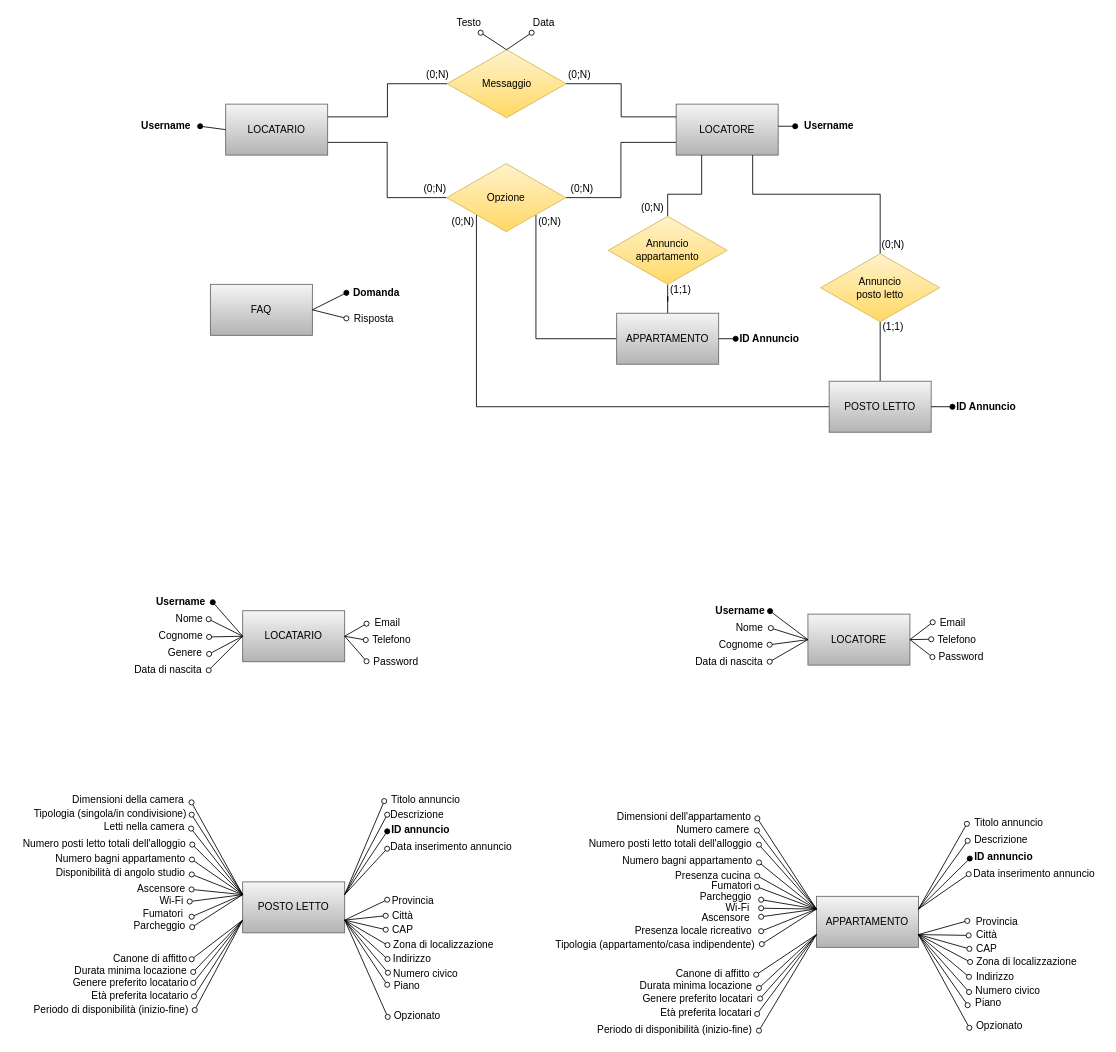
This is Database/Schema_ER_database.drawio from fd-col/RentAdvisor, a draw.io file, before an edit. Source tidied: cells renumbered, new cells numbered last; positions are measured from the earlier drawing's top-left corner, leaving out a move shared by most shapes. Both pictures are drawn from the tidied source at 85%, with x=0, y=0 at pixel (14, 14).
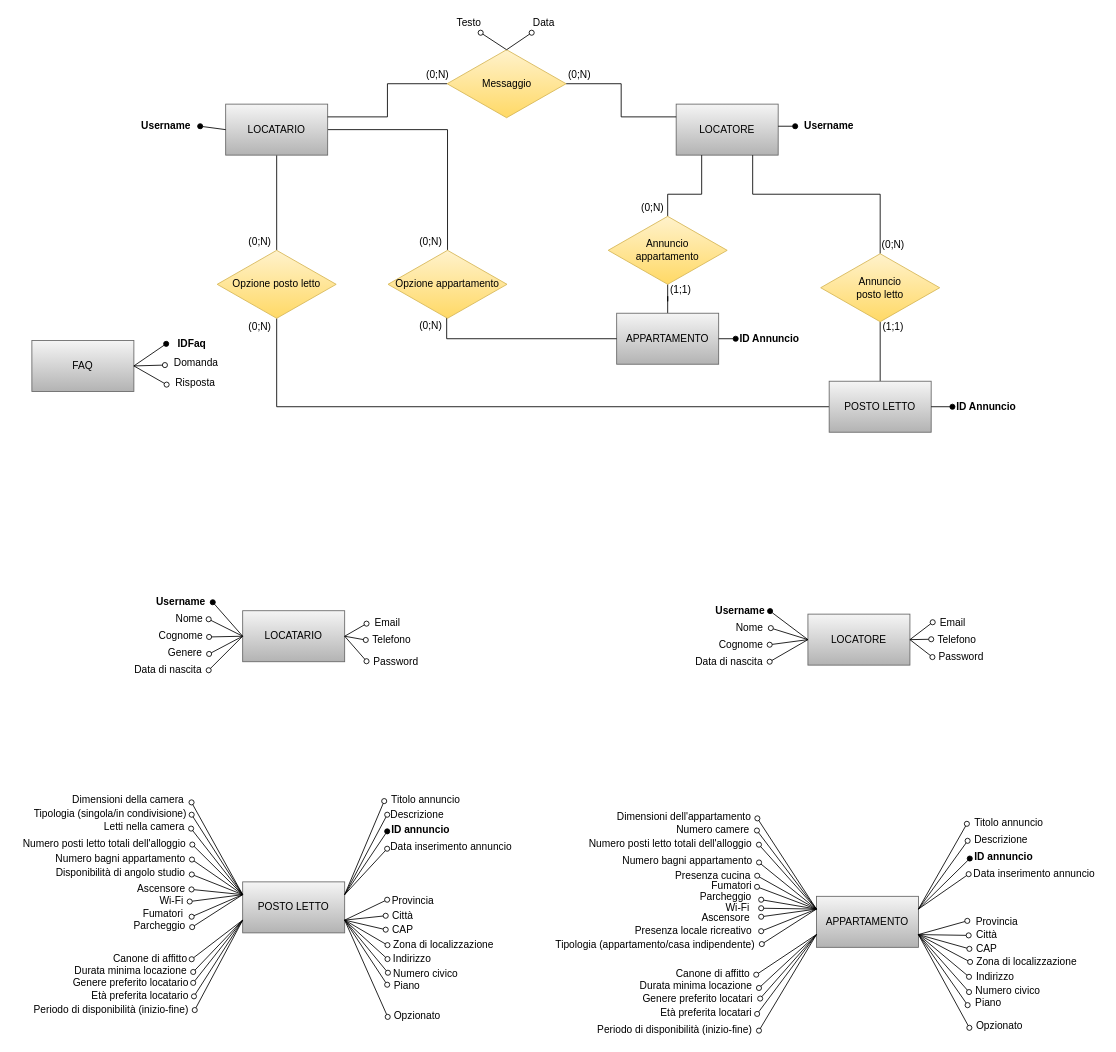
The same diagram, later.

Commit message (it also covers changes not shown here):
Modifica relazione opzione db

The change refers to these unchanged cells:
```xml
<mxCell id="3" value="LOCATARIO" style="rounded=0;whiteSpace=wrap;html=1;fillColor=#f5f5f5;gradientColor=#b3b3b3;strokeColor=#666666;" parent="1" vertex="1">
  <mxGeometry x="248" y="105" width="120" height="60" as="geometry" />
</mxCell>
<mxCell id="7" value="LOCATORE" style="rounded=0;whiteSpace=wrap;html=1;fillColor=#f5f5f5;gradientColor=#b3b3b3;strokeColor=#666666;" parent="1" vertex="1">
  <mxGeometry x="778" y="105" width="120" height="60" as="geometry" />
</mxCell>
<mxCell id="10" value="APPARTAMENTO" style="rounded=0;whiteSpace=wrap;html=1;fillColor=#f5f5f5;gradientColor=#b3b3b3;strokeColor=#666666;" parent="1" vertex="1">
  <mxGeometry x="708" y="351" width="120" height="60" as="geometry" />
</mxCell>
<mxCell id="13" value="POSTO LETTO" style="rounded=0;whiteSpace=wrap;html=1;fillColor=#f5f5f5;gradientColor=#b3b3b3;strokeColor=#666666;" parent="1" vertex="1">
  <mxGeometry x="958" y="431" width="120" height="60" as="geometry" />
</mxCell>
```

What changed in the source:
```diff
@@
-    <mxCell id="2" style="edgeStyle=orthogonalEdgeStyle;rounded=0;jettySize=auto;html=1;entryX=0;entryY=0.5;entryDx=0;entryDy=0;endArrow=none;endFill=0;exitX=1;exitY=0.75;exitDx=0;exitDy=0;" parent="1" edge="1" source="3" target="17">
+    <mxCell id="2" style="edgeStyle=orthogonalEdgeStyle;rounded=0;jettySize=auto;html=1;entryX=0.5;entryY=0;entryDx=0;entryDy=0;endArrow=none;endFill=0;exitX=0.5;exitY=1;exitDx=0;exitDy=0;" parent="1" edge="1" source="3" target="17">
       <mxGeometry relative="1" as="geometry" />
     </mxCell>
+    <mxCell id="191" style="edgeStyle=orthogonalEdgeStyle;rounded=0;jettySize=auto;html=1;entryX=0.5;entryY=0;entryDx=0;entryDy=0;endArrow=none;endFill=0;" parent="1" edge="1" source="3" target="196">
+      <mxGeometry relative="1" as="geometry" />
+    </mxCell>
@@
-    <mxCell id="6" style="edgeStyle=orthogonalEdgeStyle;rounded=0;jettySize=auto;html=1;entryX=1;entryY=0.5;entryDx=0;entryDy=0;endArrow=none;endFill=0;exitX=0;exitY=0.75;exitDx=0;exitDy=0;" parent="1" edge="1" source="7" target="17">
-      <mxGeometry relative="1" as="geometry" />
-    </mxCell>
@@
-    <mxCell id="9" style="edgeStyle=orthogonalEdgeStyle;rounded=0;jettySize=auto;html=1;entryX=1;entryY=1;entryDx=0;entryDy=0;endArrow=none;endFill=0;" parent="1" edge="1" source="10" target="17">
-      <mxGeometry relative="1" as="geometry" />
-    </mxCell>
@@
-    <mxCell id="12" style="edgeStyle=orthogonalEdgeStyle;rounded=0;jettySize=auto;html=1;entryX=0;entryY=1;entryDx=0;entryDy=0;endArrow=none;endFill=0;" parent="1" edge="1" source="13" target="17">
+    <mxCell id="12" style="edgeStyle=orthogonalEdgeStyle;rounded=0;jettySize=auto;html=1;entryX=0.5;entryY=1;entryDx=0;entryDy=0;endArrow=none;endFill=0;" parent="1" edge="1" source="13" target="17">
       <mxGeometry relative="1" as="geometry" />
     </mxCell>
@@
     <mxCell id="14" value="FAQ" style="rounded=0;whiteSpace=wrap;html=1;fillColor=#f5f5f5;gradientColor=#b3b3b3;strokeColor=#666666;" parent="1" vertex="1">
-      <mxGeometry x="230" y="317" width="120" height="60" as="geometry" />
+      <mxGeometry x="20" y="383" width="120" height="60" as="geometry" />
     </mxCell>
@@
-    <mxCell id="17" value="Opzione" style="rhombus;whiteSpace=wrap;html=1;fillColor=#fff2cc;gradientColor=#ffd966;strokeColor=#d6b656;" parent="1" vertex="1">
-      <mxGeometry x="508" y="175" width="140" height="80" as="geometry" />
+    <mxCell id="17" value="Opzione posto letto" style="rhombus;whiteSpace=wrap;html=1;fillColor=#fff2cc;gradientColor=#ffd966;strokeColor=#d6b656;" parent="1" vertex="1">
+      <mxGeometry x="238" y="277" width="140" height="80" as="geometry" />
     </mxCell>
@@
     <mxCell id="22" value="(0;N)" style="text;html=1;align=center;verticalAlign=middle;strokeColor=none;fillColor=none;" parent="1" vertex="1">
-      <mxGeometry x="473.5" y="195" width="40" height="20" as="geometry" />
+      <mxGeometry x="268" y="257" width="40" height="20" as="geometry" />
     </mxCell>
-    <mxCell id="23" value="(0;N)" style="text;html=1;align=center;verticalAlign=middle;strokeColor=none;fillColor=none;" parent="1" vertex="1">
-      <mxGeometry x="646.5" y="195" width="40" height="20" as="geometry" />
-    </mxCell>
-    <mxCell id="24" value="(0;N)" style="text;html=1;align=center;verticalAlign=middle;strokeColor=none;fillColor=none;" parent="1" vertex="1">
-      <mxGeometry x="608.5" y="234" width="40" height="20" as="geometry" />
-    </mxCell>
     <mxCell id="25" value="(0;N)" style="text;html=1;align=center;verticalAlign=middle;strokeColor=none;fillColor=none;" parent="1" vertex="1">
-      <mxGeometry x="506.5" y="234" width="40" height="20" as="geometry" />
+      <mxGeometry x="268" y="357" width="40" height="20" as="geometry" />
     </mxCell>
@@
-    <mxCell id="98" style="endArrow=oval;html=1;rounded=0;exitX=1;exitY=0.5;exitDx=0;exitDy=0;endFill=0;" parent="1" edge="1" source="14">
-      <mxGeometry relative="1" as="geometry">
-        <mxPoint x="390" y="357" as="targetPoint" />
-      </mxGeometry>
+    <mxCell id="98" style="endArrow=oval;html=1;rounded=0;exitX=1;exitY=0.5;exitDx=0;exitDy=0;endFill=0;entryX=-0.058;entryY=0.6;entryDx=0;entryDy=0;entryPerimeter=0;" parent="1" edge="1" source="14" target="99">
+      <mxGeometry relative="1" as="geometry" />
     </mxCell>
     <mxCell id="99" value="Risposta" style="text;html=1;align=center;verticalAlign=middle;points=[];strokeColor=none;fillColor=none;" parent="1" vertex="1">
-      <mxGeometry x="392" y="348" width="60" height="20" as="geometry" />
+      <mxGeometry x="182" y="423" width="60" height="20" as="geometry" />
     </mxCell>
-    <mxCell id="100" style="endArrow=oval;html=1;rounded=0;exitX=1;exitY=0.5;exitDx=0;exitDy=0;endFill=1;" parent="1" edge="1" source="14">
-      <mxGeometry relative="1" as="geometry">
-        <mxPoint x="390" y="327" as="targetPoint" />
-      </mxGeometry>
-    </mxCell>
-    <mxCell id="101" value="Domanda" style="text;html=1;align=center;verticalAlign=middle;points=[];strokeColor=none;fillColor=none;fontStyle=1;" parent="1" vertex="1">
-      <mxGeometry x="390" y="317" width="70" height="20" as="geometry" />
+    <mxCell id="101" value="Domanda" style="text;html=1;align=center;verticalAlign=middle;points=[];strokeColor=none;fillColor=none;fontStyle=0;" parent="1" vertex="1">
+      <mxGeometry x="178" y="400" width="70" height="20" as="geometry" />
     </mxCell>
@@
+    <mxCell id="192" style="endArrow=oval;html=1;rounded=0;exitX=1;exitY=0.5;exitDx=0;exitDy=0;endFill=0;entryX=-0.021;entryY=0.6;entryDx=0;entryDy=0;entryPerimeter=0;" parent="1" edge="1" source="14" target="101">
+      <mxGeometry relative="1" as="geometry" />
+    </mxCell>
+    <mxCell id="193" style="endArrow=oval;html=1;rounded=0;exitX=1;exitY=0.5;exitDx=0;exitDy=0;endFill=1;" parent="1" edge="1" source="14">
+      <mxGeometry relative="1" as="geometry">
+        <mxPoint x="178" y="387" as="targetPoint" />
+      </mxGeometry>
+    </mxCell>
+    <mxCell id="194" value="IDFaq" style="text;html=1;align=center;verticalAlign=middle;strokeColor=none;fillColor=none;fontStyle=1;" parent="1" vertex="1">
+      <mxGeometry x="183" y="377" width="50" height="20" as="geometry" />
+    </mxCell>
+    <mxCell id="195" style="edgeStyle=orthogonalEdgeStyle;rounded=0;jettySize=auto;html=1;endArrow=none;endFill=0;" parent="1" edge="1" source="196" target="10">
+      <mxGeometry relative="1" as="geometry">
+        <Array as="points">
+          <mxPoint x="508" y="381" />
+        </Array>
+      </mxGeometry>
+    </mxCell>
+    <mxCell id="196" value="Opzione appartamento" style="rhombus;whiteSpace=wrap;html=1;fillColor=#fff2cc;gradientColor=#ffd966;strokeColor=#d6b656;" parent="1" vertex="1">
+      <mxGeometry x="439" y="277" width="140" height="80" as="geometry" />
+    </mxCell>
+    <mxCell id="197" value="(0;N)" style="text;html=1;align=center;verticalAlign=middle;strokeColor=none;fillColor=none;" parent="1" vertex="1">
+      <mxGeometry x="469" y="257" width="40" height="20" as="geometry" />
+    </mxCell>
+    <mxCell id="198" value="(0;N)" style="text;html=1;align=center;verticalAlign=middle;strokeColor=none;fillColor=none;" parent="1" vertex="1">
+      <mxGeometry x="469" y="356" width="40" height="20" as="geometry" />
+    </mxCell>
```
